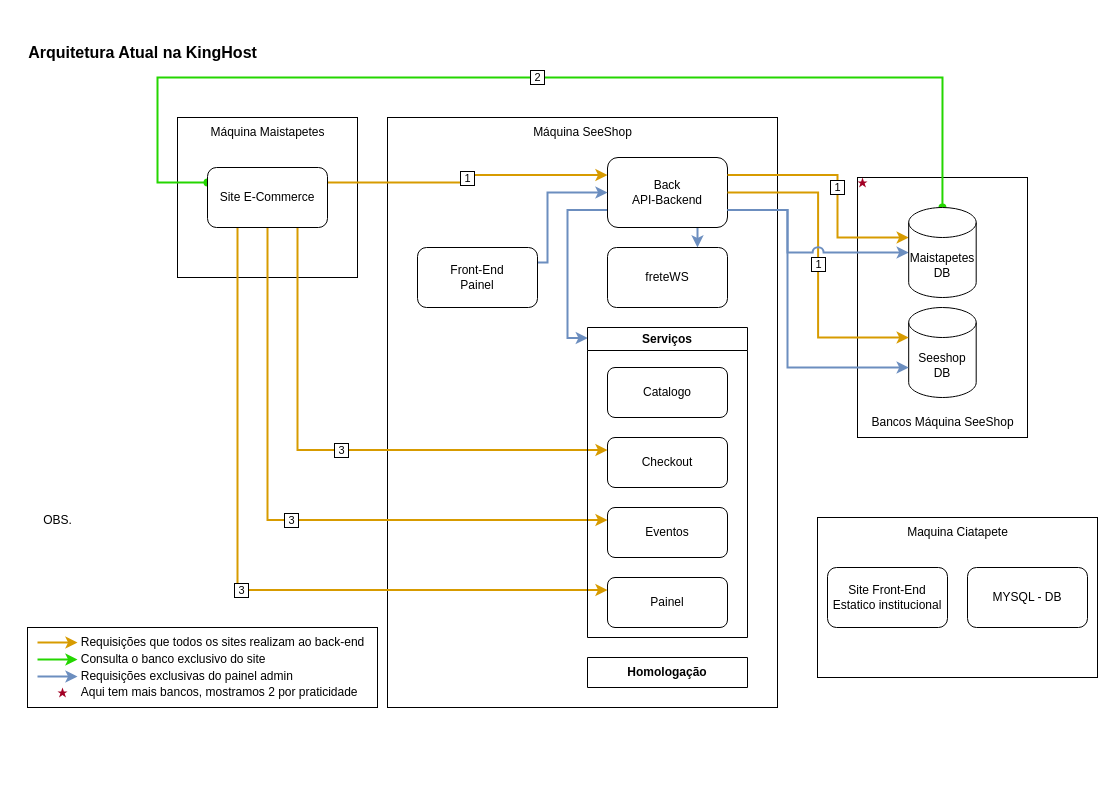
The draw.io diagram seeshop_old.drawio in ArturArtimonte/diagrans, before the edit. Source tidied: cells renumbered, new cells numbered last; positions are measured from the earlier drawing's top-left corner, leaving out a move shared by most shapes. Both pictures are drawn from the tidied source at 100%, with x=0, y=0 at pixel (17, 37).
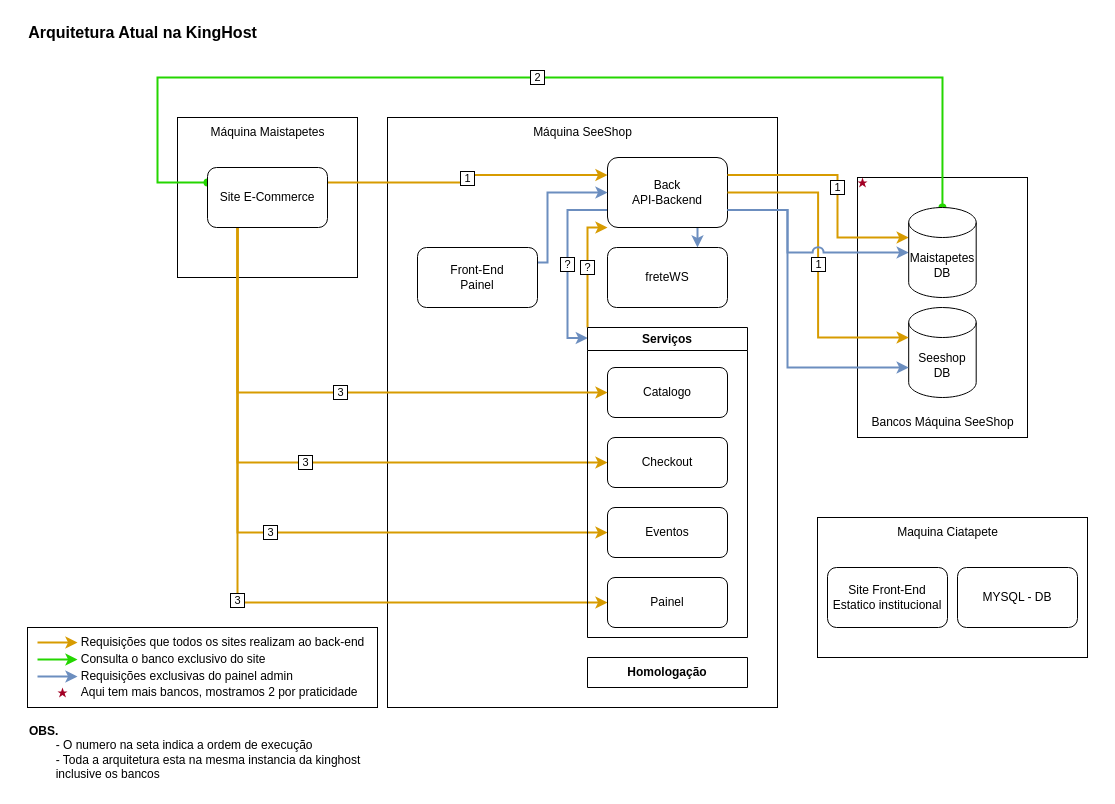
The same page after the edit.

Unchanged cells that the change refers to:
```xml
<mxCell id="17" value="Back&lt;br&gt;API-Backend" style="rounded=1;whiteSpace=wrap;html=1;" parent="1" vertex="1">
  <mxGeometry x="590" y="120" width="120" height="70" as="geometry" />
</mxCell>
<mxCell id="28" value="Serviços" style="swimlane;whiteSpace=wrap;html=1;" parent="1" vertex="1">
  <mxGeometry x="570" y="290" width="160" height="310" as="geometry" />
</mxCell>
<mxCell id="29" value="Checkout" style="rounded=1;whiteSpace=wrap;html=1;" parent="28" vertex="1">
  <mxGeometry x="20" y="110" width="120" height="50" as="geometry" />
</mxCell>
<mxCell id="30" value="Eventos" style="rounded=1;whiteSpace=wrap;html=1;" parent="28" vertex="1">
  <mxGeometry x="20" y="180" width="120" height="50" as="geometry" />
</mxCell>
<mxCell id="31" value="Painel" style="rounded=1;whiteSpace=wrap;html=1;" parent="28" vertex="1">
  <mxGeometry x="20" y="250" width="120" height="50" as="geometry" />
</mxCell>
<mxCell id="32" value="Catalogo" style="rounded=1;whiteSpace=wrap;html=1;" parent="28" vertex="1">
  <mxGeometry x="20" y="40" width="120" height="50" as="geometry" />
</mxCell>
<mxCell id="35" value="Site E-Commerce" style="rounded=1;whiteSpace=wrap;html=1;" parent="1" vertex="1">
  <mxGeometry x="190" y="130" width="120" height="60" as="geometry" />
</mxCell>
```

Diff of the diagram source:
```diff
@@
     <mxCell id="5" style="rounded=0;whiteSpace=wrap;html=1;" parent="1" vertex="1">
-      <mxGeometry x="800" y="480" width="280" height="160" as="geometry" />
+      <mxGeometry x="800" y="480" width="270" height="140" as="geometry" />
     </mxCell>
     <mxCell id="6" value="Maquina Ciatapete" style="text;html=1;align=center;verticalAlign=middle;strokeColor=none;fillColor=none;" parent="1" vertex="1">
-      <mxGeometry x="880" y="480" width="120" height="30" as="geometry" />
+      <mxGeometry x="870" y="480" width="120" height="30" as="geometry" />
     </mxCell>
@@
     <mxCell id="10" value="MYSQL - DB" style="rounded=1;whiteSpace=wrap;html=1;" parent="1" vertex="1">
-      <mxGeometry x="950" y="530" width="120" height="60" as="geometry" />
+      <mxGeometry x="940" y="530" width="120" height="60" as="geometry" />
     </mxCell>
@@
-    <mxCell id="12" value="&amp;nbsp;3&amp;nbsp;" style="edgeStyle=orthogonalEdgeStyle;rounded=0;jettySize=auto;html=1;exitX=0.75;exitY=1;exitDx=0;exitDy=0;entryX=0;entryY=0.25;entryDx=0;entryDy=0;fillColor=#ffe6cc;strokeColor=#d79b00;strokeWidth=2;labelBorderColor=default;" parent="1" edge="1" source="35" target="29">
+    <mxCell id="12" value="&amp;nbsp;3&amp;nbsp;" style="edgeStyle=orthogonalEdgeStyle;rounded=0;jettySize=auto;html=1;exitX=0.25;exitY=1;exitDx=0;exitDy=0;entryX=0;entryY=0.5;entryDx=0;entryDy=0;fillColor=#ffe6cc;strokeColor=#d79b00;strokeWidth=2;labelBorderColor=default;" parent="1" edge="1" source="35" target="29">
       <mxGeometry relative="1" as="geometry" />
     </mxCell>
-    <mxCell id="13" value="&amp;nbsp;3&amp;nbsp;" style="edgeStyle=orthogonalEdgeStyle;rounded=0;jettySize=auto;html=1;exitX=0.5;exitY=1;exitDx=0;exitDy=0;entryX=0;entryY=0.25;entryDx=0;entryDy=0;fillColor=#ffe6cc;strokeColor=#d79b00;strokeWidth=2;labelBorderColor=default;" parent="1" edge="1" source="35" target="30">
+    <mxCell id="13" value="&amp;nbsp;3&amp;nbsp;" style="edgeStyle=orthogonalEdgeStyle;rounded=0;jettySize=auto;html=1;exitX=0.25;exitY=1;exitDx=0;exitDy=0;entryX=0;entryY=0.5;entryDx=0;entryDy=0;fillColor=#ffe6cc;strokeColor=#d79b00;strokeWidth=2;labelBorderColor=default;" parent="1" edge="1" source="35" target="30">
       <mxGeometry relative="1" as="geometry" />
     </mxCell>
-    <mxCell id="14" value="&amp;nbsp;3&amp;nbsp;" style="edgeStyle=orthogonalEdgeStyle;rounded=0;jettySize=auto;html=1;exitX=0.25;exitY=1;exitDx=0;exitDy=0;entryX=0;entryY=0.25;entryDx=0;entryDy=0;fillColor=#ffe6cc;strokeColor=#d79b00;strokeWidth=2;labelBorderColor=default;" parent="1" edge="1" source="35" target="31">
+    <mxCell id="14" value="&amp;nbsp;3&amp;nbsp;" style="edgeStyle=orthogonalEdgeStyle;rounded=0;jettySize=auto;html=1;exitX=0.25;exitY=1;exitDx=0;exitDy=0;entryX=0;entryY=0.5;entryDx=0;entryDy=0;fillColor=#ffe6cc;strokeColor=#d79b00;strokeWidth=2;labelBorderColor=default;" parent="1" edge="1" source="35" target="31">
       <mxGeometry relative="1" as="geometry" />
     </mxCell>
@@
-    <mxCell id="16" style="edgeStyle=orthogonalEdgeStyle;rounded=0;jettySize=auto;html=1;exitX=0;exitY=0.75;exitDx=0;exitDy=0;entryX=0.002;entryY=0.034;entryDx=0;entryDy=0;strokeWidth=2;fillColor=#dae8fc;strokeColor=#6c8ebf;entryPerimeter=0;" parent="1" edge="1" source="17" target="28">
+    <mxCell id="16" value="&amp;nbsp;?&amp;nbsp;" style="edgeStyle=orthogonalEdgeStyle;rounded=0;jettySize=auto;html=1;exitX=0;exitY=0.75;exitDx=0;exitDy=0;entryX=0.002;entryY=0.034;entryDx=0;entryDy=0;strokeWidth=2;fillColor=#dae8fc;strokeColor=#6c8ebf;entryPerimeter=0;labelBorderColor=default;" parent="1" edge="1" source="17" target="28">
       <mxGeometry relative="1" as="geometry">
         <Array as="points">
           <mxPoint x="550" y="173" />
           <mxPoint x="550" y="300" />
           <mxPoint x="570" y="300" />
         </Array>
       </mxGeometry>
     </mxCell>
@@
+    <mxCell id="45" value="&amp;nbsp;?&amp;nbsp;" style="edgeStyle=orthogonalEdgeStyle;rounded=0;jettySize=auto;html=1;exitX=0;exitY=0;exitDx=0;exitDy=0;entryX=0;entryY=1;entryDx=0;entryDy=0;fillColor=#ffe6cc;strokeColor=#d79b00;strokeWidth=2;labelBorderColor=default;" parent="1" edge="1" source="28" target="17">
+      <mxGeometry relative="1" as="geometry">
+        <Array as="points">
+          <mxPoint x="570" y="190" />
+        </Array>
+      </mxGeometry>
+    </mxCell>
@@
+    <mxCell id="46" value="&amp;nbsp;3&amp;nbsp;" style="edgeStyle=orthogonalEdgeStyle;rounded=0;jettySize=auto;html=1;exitX=0.25;exitY=1;exitDx=0;exitDy=0;entryX=0;entryY=0.5;entryDx=0;entryDy=0;fillColor=#ffe6cc;strokeColor=#d79b00;strokeWidth=2;labelBorderColor=default;" parent="1" edge="1" source="35" target="32">
+      <mxGeometry relative="1" as="geometry" />
+    </mxCell>
@@
     <mxCell id="37" value="Arquitetura Atual na KingHost" style="text;html=1;align=center;verticalAlign=middle;strokeColor=none;fillColor=none;fontStyle=1;fontSize=16;labelBorderColor=none;" parent="1" vertex="1">
-      <mxGeometry width="250" height="30" as="geometry" />
+      <mxGeometry y="-20" width="250" height="30" as="geometry" />
     </mxCell>
@@
-    <mxCell id="43" value="OBS." style="text;html=1;align=center;verticalAlign=middle;strokeColor=none;fillColor=none;" parent="1" vertex="1">
-      <mxGeometry x="15" y="468" width="50" height="30" as="geometry" />
+    <mxCell id="43" value="&lt;b&gt;OBS.&lt;/b&gt;&lt;br&gt;&lt;span style=&quot;white-space: pre;&quot;&gt;&#9;&lt;/span&gt;- O numero na seta indica a ordem de execução&lt;br&gt;&lt;span style=&quot;white-space: pre;&quot;&gt;&#9;&lt;/span&gt;- Toda a arquitetura esta na mesma instancia da kinghost&lt;br&gt;&lt;span style=&quot;white-space: pre;&quot;&gt;&#9;&lt;/span&gt;inclusive os bancos" style="text;html=1;align=left;verticalAlign=middle;strokeColor=none;fillColor=none;" parent="1" vertex="1">
+      <mxGeometry x="10" y="680" width="350" height="70" as="geometry" />
     </mxCell>
```
